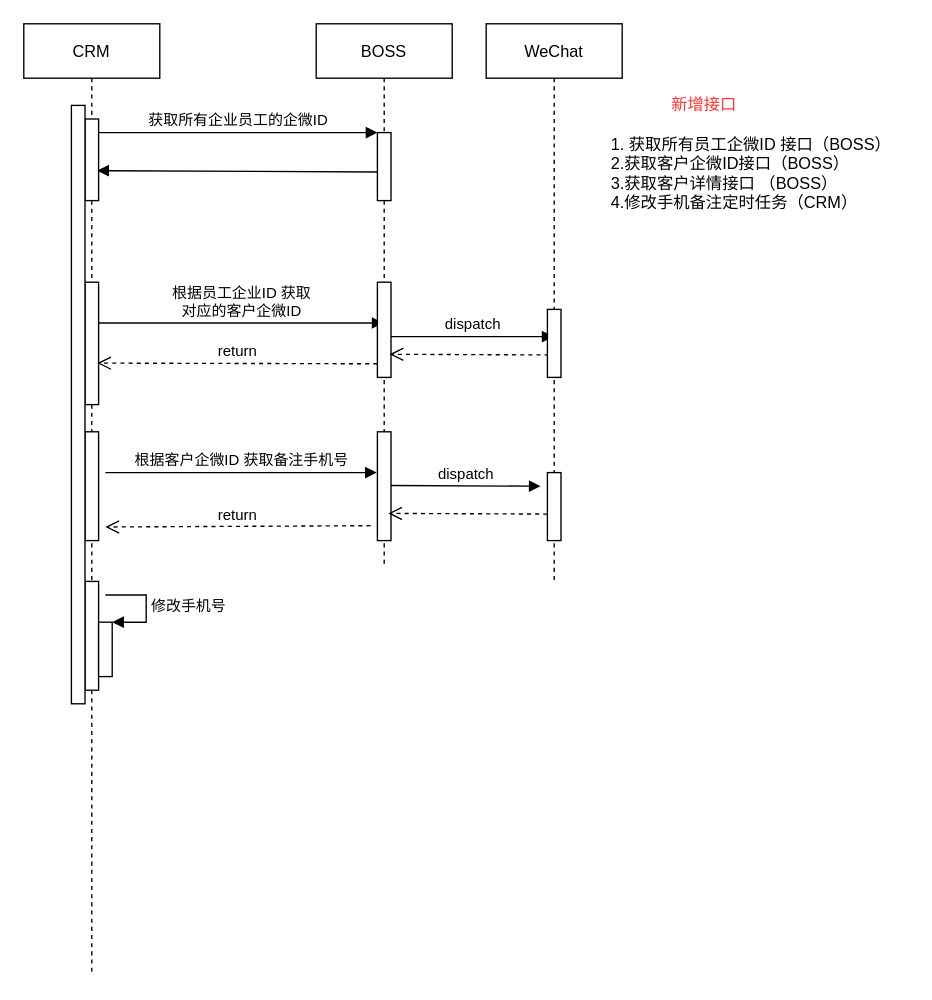
DominicElvira/Diagrams keeps this draw.io diagram as merchant-settle/boss.drawio. Above is the earlier version. Source tidied: cells renumbered, new cells numbered last; positions are measured from the earlier drawing's top-left corner, leaving out a move shared by most shapes. Both pictures are drawn from the tidied source at 136%, with x=0, y=0 at pixel (23, 23).
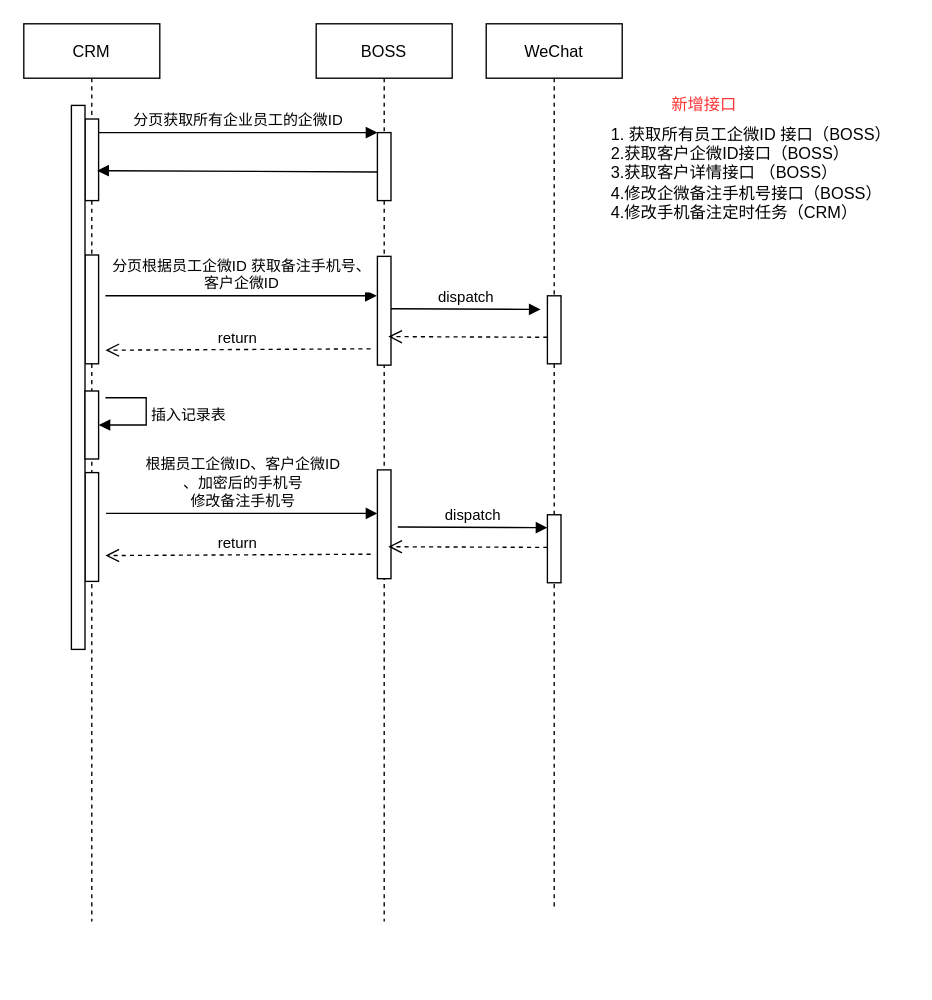
Above is the later version.

Unchanged cells that the change refers to:
```xml
<mxCell id="3" style="points=[];perimeter=orthogonalPerimeter;rounded=0;shadow=0;strokeWidth=1;" parent="2" vertex="1">
  <mxGeometry x="45" y="70" width="10" height="60" as="geometry" />
</mxCell>
<mxCell id="12" style="points=[];perimeter=orthogonalPerimeter;rounded=0;shadow=0;strokeWidth=1;" parent="11" vertex="1">
  <mxGeometry x="45" y="80" width="10" height="50" as="geometry" />
</mxCell>
```

Diff of the diagram source:
```diff
@@
     <mxCell id="2" value="CRM" style="shape=umlLifeline;perimeter=lifelinePerimeter;rounded=0;shadow=0;strokeWidth=1;" parent="1" vertex="1">
-      <mxGeometry width="100" height="700" as="geometry" />
+      <mxGeometry width="100" height="660" as="geometry" />
     </mxCell>
@@
-    <mxCell id="4" style="points=[];perimeter=orthogonalPerimeter;rounded=0;shadow=0;strokeWidth=1;" parent="2" vertex="1">
-      <mxGeometry x="45" y="190" width="10" height="90" as="geometry" />
-    </mxCell>
-    <mxCell id="5" value="根据员工企业ID 获取&lt;br&gt;对应的客户企微ID" style="html=1;verticalAlign=bottom;endArrow=block;rounded=0;" parent="2" edge="1">
-      <mxGeometry relative="1" as="geometry">
-        <mxPoint x="55" y="220" as="sourcePoint" />
-        <mxPoint x="264.5" y="220" as="targetPoint" />
-      </mxGeometry>
-    </mxCell>
     <mxCell id="6" style="html=1;perimeter=orthogonalPerimeter;" parent="2" vertex="1">
-      <mxGeometry x="45" y="300" width="10" height="80" as="geometry" />
+      <mxGeometry x="45" y="170" width="10" height="80" as="geometry" />
     </mxCell>
     <mxCell id="7" style="html=1;perimeter=orthogonalPerimeter;" parent="2" vertex="1">
-      <mxGeometry x="45" y="410" width="10" height="80" as="geometry" />
+      <mxGeometry x="45" y="330" width="10" height="80" as="geometry" />
     </mxCell>
-    <mxCell id="8" style="html=1;points=[];perimeter=orthogonalPerimeter;" parent="2" vertex="1">
-      <mxGeometry x="55" y="440" width="10" height="40" as="geometry" />
-    </mxCell>
-    <mxCell id="9" value="修改手机号" style="edgeStyle=orthogonalEdgeStyle;html=1;align=left;spacingLeft=2;endArrow=block;rounded=0;entryX=1;entryY=0;" parent="2" edge="1" target="8">
-      <mxGeometry relative="1" as="geometry">
-        <mxPoint x="60" y="420" as="sourcePoint" />
-        <Array as="points">
-          <mxPoint x="90" y="420" />
-        </Array>
-      </mxGeometry>
-    </mxCell>
     <mxCell id="10" style="html=1;perimeter=orthogonalPerimeter;" parent="2" vertex="1">
-      <mxGeometry x="35" y="60" width="10" height="440" as="geometry" />
+      <mxGeometry x="35" y="60" width="10" height="400" as="geometry" />
     </mxCell>
+    <mxCell id="29" style="html=1;perimeter=orthogonalPerimeter;" parent="2" vertex="1">
+      <mxGeometry x="45" y="270" width="10" height="50" as="geometry" />
+    </mxCell>
+    <mxCell id="30" value="插入记录表" style="edgeStyle=orthogonalEdgeStyle;html=1;align=left;spacingLeft=2;endArrow=block;rounded=0;entryX=1;entryY=0;" parent="2" edge="1">
+      <mxGeometry relative="1" as="geometry">
+        <mxPoint x="60" y="275" as="sourcePoint" />
+        <mxPoint x="55" y="295" as="targetPoint" />
+        <Array as="points">
+          <mxPoint x="90" y="275" />
+        </Array>
+      </mxGeometry>
+    </mxCell>
     <mxCell id="11" value="BOSS" style="shape=umlLifeline;perimeter=lifelinePerimeter;rounded=0;shadow=0;strokeWidth=1;" parent="1" vertex="1">
-      <mxGeometry x="215" width="100" height="400" as="geometry" />
+      <mxGeometry x="215" width="100" height="660" as="geometry" />
     </mxCell>
@@
-    <mxCell id="13" style="perimeter=orthogonalPerimeter;rounded=0;shadow=0;strokeWidth=1;" parent="11" vertex="1">
-      <mxGeometry x="45" y="190" width="10" height="70" as="geometry" />
-    </mxCell>
-    <mxCell id="14" value="dispatch" style="html=1;verticalAlign=bottom;endArrow=block;rounded=0;" parent="11" edge="1">
-      <mxGeometry relative="1" as="geometry">
-        <mxPoint x="55" y="230" as="sourcePoint" />
-        <mxPoint x="174.5" y="230" as="targetPoint" />
-      </mxGeometry>
-    </mxCell>
-    <mxCell id="15" style="html=1;verticalAlign=bottom;endArrow=open;dashed=1;endSize=8;rounded=0;exitX=0.1;exitY=0.67;exitDx=0;exitDy=0;exitPerimeter=0;" parent="11" edge="1" source="21">
-      <mxGeometry relative="1" as="geometry">
-        <mxPoint x="54" y="243" as="targetPoint" />
-      </mxGeometry>
-    </mxCell>
     <mxCell id="16" style="html=1;points=[];perimeter=orthogonalPerimeter;" parent="11" vertex="1">
-      <mxGeometry x="45" y="300" width="10" height="80" as="geometry" />
+      <mxGeometry x="45" y="171" width="10" height="80" as="geometry" />
     </mxCell>
     <mxCell id="17" value="dispatch" style="html=1;verticalAlign=bottom;endArrow=block;rounded=0;" parent="11" edge="1">
       <mxGeometry relative="1" as="geometry">
-        <mxPoint x="55" y="339.5" as="sourcePoint" />
-        <mxPoint x="165" y="340" as="targetPoint" />
+        <mxPoint x="55" y="209.5" as="sourcePoint" />
+        <mxPoint x="165" y="210" as="targetPoint" />
       </mxGeometry>
     </mxCell>
+    <mxCell id="31" style="html=1;perimeter=orthogonalPerimeter;" parent="11" vertex="1">
+      <mxGeometry x="45" y="328" width="10" height="80" as="geometry" />
+    </mxCell>
+    <mxCell id="32" value="根据员工企微ID、客户企微ID&lt;br&gt;、加密后的手机号&lt;br&gt;修改备注手机号" style="html=1;verticalAlign=bottom;endArrow=block;rounded=0;" parent="11" edge="1">
+      <mxGeometry relative="1" as="geometry">
+        <mxPoint x="-154.5" y="360" as="sourcePoint" />
+        <mxPoint x="45" y="360" as="targetPoint" />
+      </mxGeometry>
+    </mxCell>
-    <mxCell id="18" value="获取所有企业员工的企微ID" style="verticalAlign=bottom;endArrow=block;entryX=0;entryY=0;shadow=0;strokeWidth=1;" parent="1" edge="1" source="3" target="12">
+    <mxCell id="18" value="分页获取所有企业员工的企微ID" style="verticalAlign=bottom;endArrow=block;entryX=0;entryY=0;shadow=0;strokeWidth=1;" parent="1" edge="1" source="3" target="12">
       <mxGeometry relative="1" as="geometry" />
     </mxCell>
@@
     <mxCell id="20" value="WeChat" style="shape=umlLifeline;perimeter=lifelinePerimeter;rounded=0;shadow=0;strokeWidth=1;" parent="1" vertex="1">
-      <mxGeometry x="340" width="100" height="410" as="geometry" />
+      <mxGeometry x="340" width="100" height="650" as="geometry" />
     </mxCell>
-    <mxCell id="21" style="points=[];perimeter=orthogonalPerimeter;rounded=0;shadow=0;strokeWidth=1;" parent="20" vertex="1">
-      <mxGeometry x="45" y="210" width="10" height="50" as="geometry" />
-    </mxCell>
     <mxCell id="22" style="perimeter=orthogonalPerimeter;rounded=0;shadow=0;strokeWidth=1;" parent="20" vertex="1">
-      <mxGeometry x="45" y="330" width="10" height="50" as="geometry" />
+      <mxGeometry x="45" y="200" width="10" height="50" as="geometry" />
     </mxCell>
     <mxCell id="23" style="html=1;verticalAlign=bottom;endArrow=open;dashed=1;endSize=8;rounded=0;exitX=0.1;exitY=0.67;exitDx=0;exitDy=0;exitPerimeter=0;" parent="20" edge="1">
       <mxGeometry relative="1" as="geometry">
-        <mxPoint x="45" y="360.5" as="sourcePoint" />
-        <mxPoint x="-72" y="360" as="targetPoint" />
+        <mxPoint x="45" y="230.5" as="sourcePoint" />
+        <mxPoint x="-72" y="230" as="targetPoint" />
       </mxGeometry>
     </mxCell>
-    <mxCell id="24" value="return" style="html=1;verticalAlign=bottom;endArrow=open;dashed=1;endSize=8;rounded=0;entryX=0.9;entryY=0.661;entryDx=0;entryDy=0;entryPerimeter=0;" parent="1" edge="1" target="4">
-      <mxGeometry relative="1" as="geometry">
-        <mxPoint x="260" y="250" as="sourcePoint" />
-      </mxGeometry>
-    </mxCell>
+    <mxCell id="33" style="perimeter=orthogonalPerimeter;rounded=0;shadow=0;strokeWidth=1;" parent="20" vertex="1">
+      <mxGeometry x="45" y="361" width="10" height="50" as="geometry" />
+    </mxCell>
+    <mxCell id="34" style="html=1;verticalAlign=bottom;endArrow=open;dashed=1;endSize=8;rounded=0;exitX=0.1;exitY=0.67;exitDx=0;exitDy=0;exitPerimeter=0;" parent="20" edge="1">
+      <mxGeometry relative="1" as="geometry">
+        <mxPoint x="45" y="385" as="sourcePoint" />
+        <mxPoint x="-72" y="384.5" as="targetPoint" />
+      </mxGeometry>
+    </mxCell>
-    <mxCell id="25" value="根据客户企微ID 获取备注手机号" style="html=1;verticalAlign=bottom;endArrow=block;rounded=0;" parent="1" edge="1">
+    <mxCell id="25" value="分页根据员工企微ID 获取备注手机号、&lt;br&gt;客户企微ID" style="html=1;verticalAlign=bottom;endArrow=block;rounded=0;" parent="1" edge="1">
       <mxGeometry relative="1" as="geometry">
-        <mxPoint x="60" y="330" as="sourcePoint" />
-        <mxPoint x="259.5" y="330" as="targetPoint" />
+        <mxPoint x="60" y="200" as="sourcePoint" />
+        <mxPoint x="259.5" y="200" as="targetPoint" />
       </mxGeometry>
     </mxCell>
-    <mxCell id="26" value="return" style="html=1;verticalAlign=bottom;endArrow=open;dashed=1;endSize=8;rounded=0;entryX=0.9;entryY=0.661;entryDx=0;entryDy=0;entryPerimeter=0;exitX=-0.5;exitY=0.863;exitDx=0;exitDy=0;exitPerimeter=0;" parent="1" edge="1" source="16">
+    <mxCell id="26" value="return" style="html=1;verticalAlign=bottom;endArrow=open;dashed=1;endSize=8;rounded=0;entryX=0.9;entryY=0.661;entryDx=0;entryDy=0;entryPerimeter=0;exitX=-0.5;exitY=0.863;exitDx=0;exitDy=0;exitPerimeter=0;" parent="1" edge="1">
       <mxGeometry relative="1" as="geometry">
-        <mxPoint x="60" y="370" as="targetPoint" />
+        <mxPoint x="255" y="239" as="sourcePoint" />
+        <mxPoint x="60" y="240" as="targetPoint" />
       </mxGeometry>
     </mxCell>
-    <mxCell id="27" value="1. 获取所有员工企微ID 接口（BOSS）&lt;br&gt;2.获取客户企微ID接口（BOSS）&lt;br&gt;&lt;div&gt;&lt;span&gt;3.获取客户详情接口 （BOSS）&lt;/span&gt;&lt;/div&gt;&lt;div&gt;&lt;span&gt;4.修改手机备注定时任务（CRM）&lt;br&gt;&lt;/span&gt;&lt;/div&gt;" style="text;html=1;align=left;verticalAlign=middle;strokeColor=none;fillColor=none;" parent="1" vertex="1">
-      <mxGeometry x="430" y="80" width="220" height="60" as="geometry" />
+    <mxCell id="27" value="1. 获取所有员工企微ID 接口（BOSS）&lt;br&gt;2.获取客户企微ID接口（BOSS）&lt;br&gt;&lt;div&gt;&lt;span&gt;3.获取客户详情接口 （BOSS）&lt;/span&gt;&lt;/div&gt;&lt;div&gt;&lt;span&gt;4.修改企微备注手机号接口（BOSS）&lt;/span&gt;&lt;/div&gt;&lt;div&gt;&lt;span&gt;4.修改手机备注定时任务（CRM）&lt;br&gt;&lt;/span&gt;&lt;/div&gt;" style="text;html=1;align=left;verticalAlign=middle;strokeColor=none;fillColor=none;" parent="1" vertex="1">
+      <mxGeometry x="430" y="70" width="220" height="80" as="geometry" />
     </mxCell>
@@
+    <mxCell id="14" value="dispatch" style="html=1;verticalAlign=bottom;endArrow=block;rounded=0;" parent="1" edge="1">
+      <mxGeometry relative="1" as="geometry">
+        <mxPoint x="275" y="370" as="sourcePoint" />
+        <mxPoint x="385" y="370.5" as="targetPoint" />
+      </mxGeometry>
+    </mxCell>
+    <mxCell id="24" value="return" style="html=1;verticalAlign=bottom;endArrow=open;dashed=1;endSize=8;rounded=0;entryX=0.9;entryY=0.661;entryDx=0;entryDy=0;entryPerimeter=0;exitX=-0.5;exitY=0.863;exitDx=0;exitDy=0;exitPerimeter=0;" parent="1" edge="1">
+      <mxGeometry relative="1" as="geometry">
+        <mxPoint x="255" y="390" as="sourcePoint" />
+        <mxPoint x="60" y="391" as="targetPoint" />
+      </mxGeometry>
+    </mxCell>
```
